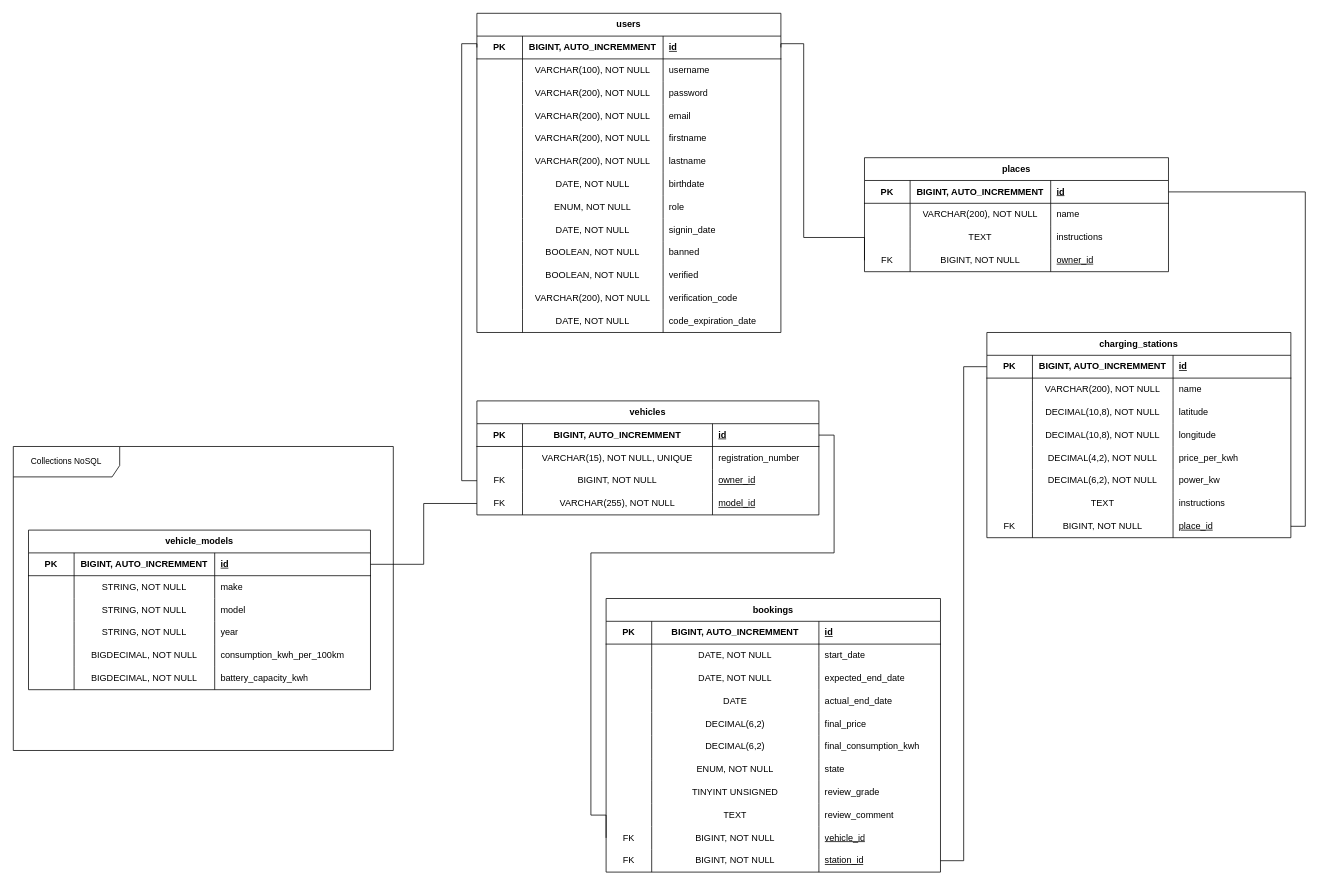
Earlier version of the draw.io diagram page "mpd" (3 of 3) of merise-electricity-business.drawio (LaiPe/electricity-business-back). Source tidied: cells renumbered, new cells numbered last; positions are measured from the earlier drawing's top-left corner, leaving out a move shared by most shapes. Both pictures are drawn from the tidied source at 76%, with x=0, y=0 at pixel (13, 13).
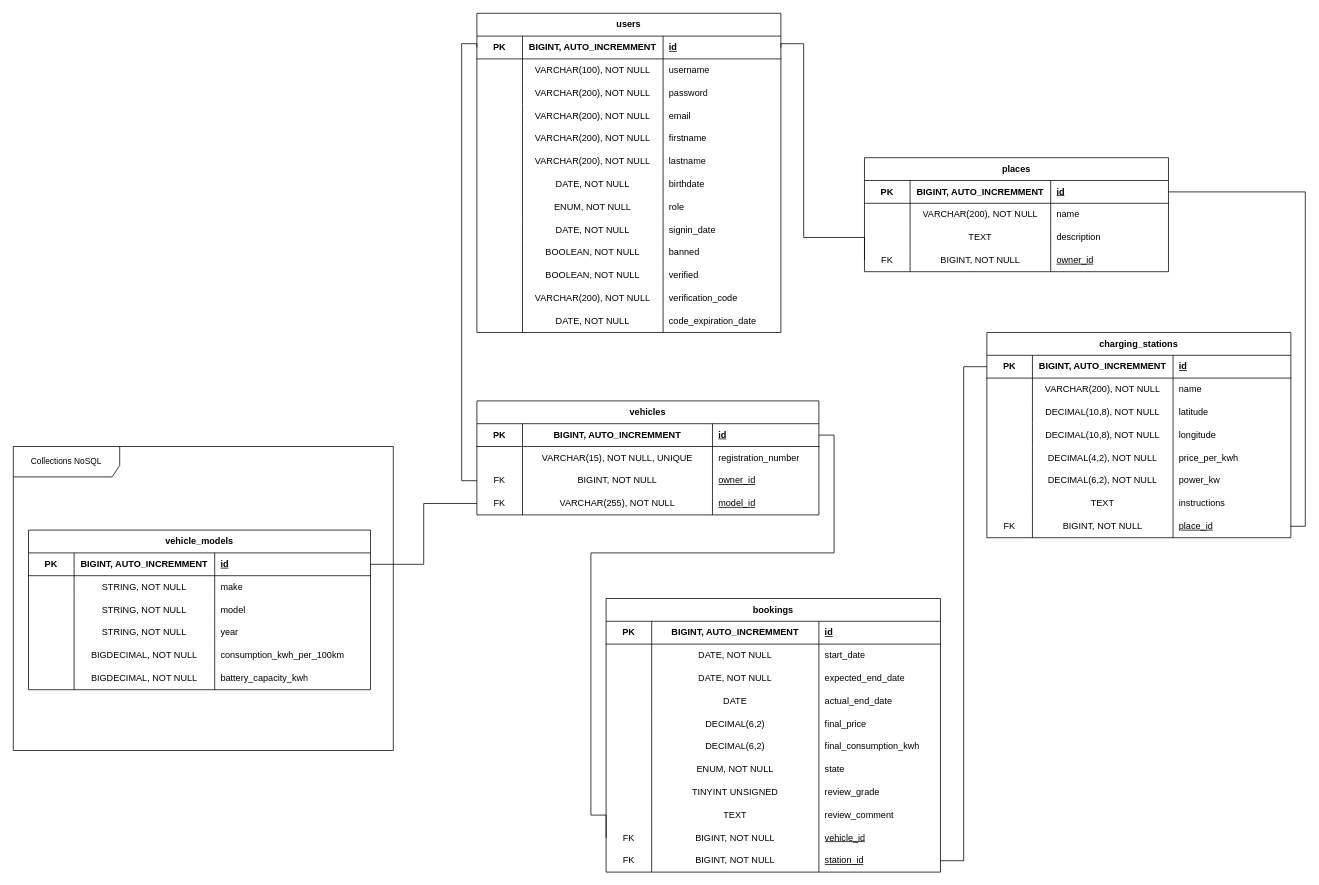
The same page after the edit.

Commit message (it also covers changes not shown here):
refactor: rename 'instructions' to 'description' in Place-related DTOs and entities

The change refers to these unchanged cells:
```xml
<mxCell id="67" style="shape=tableRow;horizontal=0;startSize=0;swimlaneHead=0;swimlaneBody=0;fillColor=none;top=0;left=0;right=0;bottom=0;html=1;" parent="58" vertex="1">
  <mxGeometry y="90" width="400" height="30" as="geometry" />
</mxCell>
```

Diff of the diagram source:
```diff
@@
-    <mxCell id="70" value="instructions" style="shape=partialRectangle;fillColor=none;top=0;left=0;bottom=0;right=0;align=left;spacingLeft=6;overflow=hidden;html=1;whiteSpace=wrap;" parent="67" vertex="1">
+    <mxCell id="70" value="description" style="shape=partialRectangle;fillColor=none;top=0;left=0;bottom=0;right=0;align=left;spacingLeft=6;overflow=hidden;html=1;whiteSpace=wrap;" parent="67" vertex="1">
       <mxGeometry x="245" width="155" height="30" as="geometry" />
     </mxCell>
```
